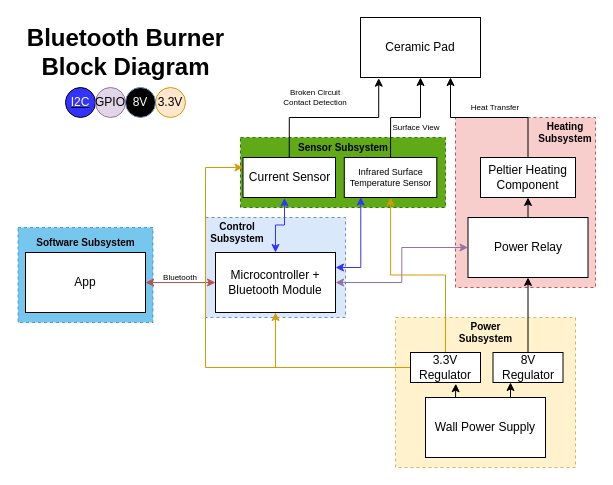
The draw.io diagram Proposal Diagram.drawio in fadnis-shaunak28/ECE-445-Notebooks, before the edit. Source tidied: cells renumbered, new cells numbered last; positions are measured from the earlier drawing's top-left corner, leaving out a move shared by most shapes. Both pictures are drawn from the tidied source at 100%, with x=0, y=0 at pixel (17, 17).
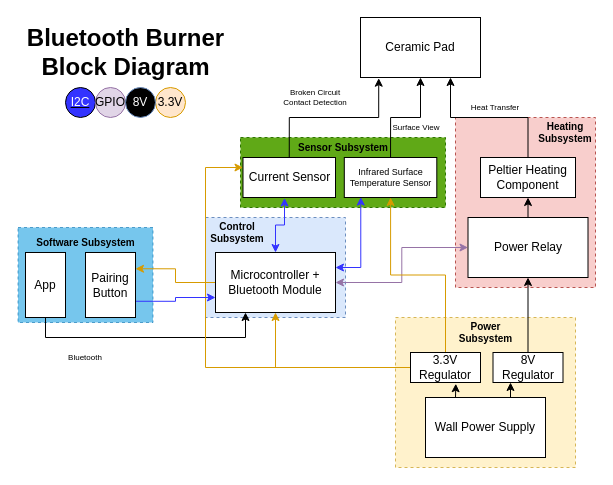
Above is the later version.

The change refers to these unchanged cells:
```xml
<mxCell id="13" value="Microcontroller + Bluetooth Module" style="rounded=0;whiteSpace=wrap;html=1;" parent="1" vertex="1">
  <mxGeometry x="198" y="235" width="120" height="60" as="geometry" />
</mxCell>
```

Change to the diagram source:
```diff
@@
+    <mxCell id="48" style="edgeStyle=orthogonalEdgeStyle;rounded=0;jettySize=auto;html=1;exitX=0.5;exitY=1;exitDx=0;exitDy=0;entryX=0.25;entryY=1;entryDx=0;entryDy=0;" parent="1" edge="1" source="8" target="13">
+      <mxGeometry relative="1" as="geometry" />
+    </mxCell>
     <mxCell id="8" value="App" style="rounded=0;whiteSpace=wrap;html=1;" parent="1" vertex="1">
-      <mxGeometry x="8" y="235" width="120" height="60" as="geometry" />
+      <mxGeometry x="8" y="235" width="40" height="65" as="geometry" />
     </mxCell>
@@
-    <mxCell id="12" style="edgeStyle=orthogonalEdgeStyle;rounded=0;jettySize=auto;html=1;exitX=0;exitY=0.5;exitDx=0;exitDy=0;entryX=1;entryY=0.5;entryDx=0;entryDy=0;startArrow=classic;startFill=1;fillColor=#f8cecc;strokeColor=#b85450;" parent="1" edge="1" source="13" target="8">
-      <mxGeometry relative="1" as="geometry" />
-    </mxCell>
+    <mxCell id="49" style="edgeStyle=orthogonalEdgeStyle;rounded=0;jettySize=auto;html=1;exitX=0;exitY=0.5;exitDx=0;exitDy=0;entryX=1;entryY=0.25;entryDx=0;entryDy=0;fillColor=#ffe6cc;strokeColor=#d79b00;" parent="1" edge="1" source="13" target="51">
+      <mxGeometry relative="1" as="geometry" />
+    </mxCell>
@@
     <mxCell id="33" value="Bluetooth" style="text;html=1;strokeColor=none;fillColor=none;align=center;verticalAlign=middle;whiteSpace=wrap;overflow=hidden;fontSize=8;" parent="1" vertex="1">
-      <mxGeometry x="123" y="250" width="80" height="20" as="geometry" />
+      <mxGeometry x="28" y="330" width="80" height="20" as="geometry" />
     </mxCell>
@@
+    <mxCell id="50" style="edgeStyle=orthogonalEdgeStyle;rounded=0;jettySize=auto;html=1;exitX=1;exitY=0.75;exitDx=0;exitDy=0;entryX=0;entryY=0.75;entryDx=0;entryDy=0;fillColor=#dae8fc;strokeColor=#3333FF;" parent="1" edge="1" source="51" target="13">
+      <mxGeometry relative="1" as="geometry" />
+    </mxCell>
+    <mxCell id="51" value="Pairing Button" style="rounded=0;whiteSpace=wrap;html=1;" parent="1" vertex="1">
+      <mxGeometry x="68" y="235" width="50" height="65" as="geometry" />
+    </mxCell>
```
